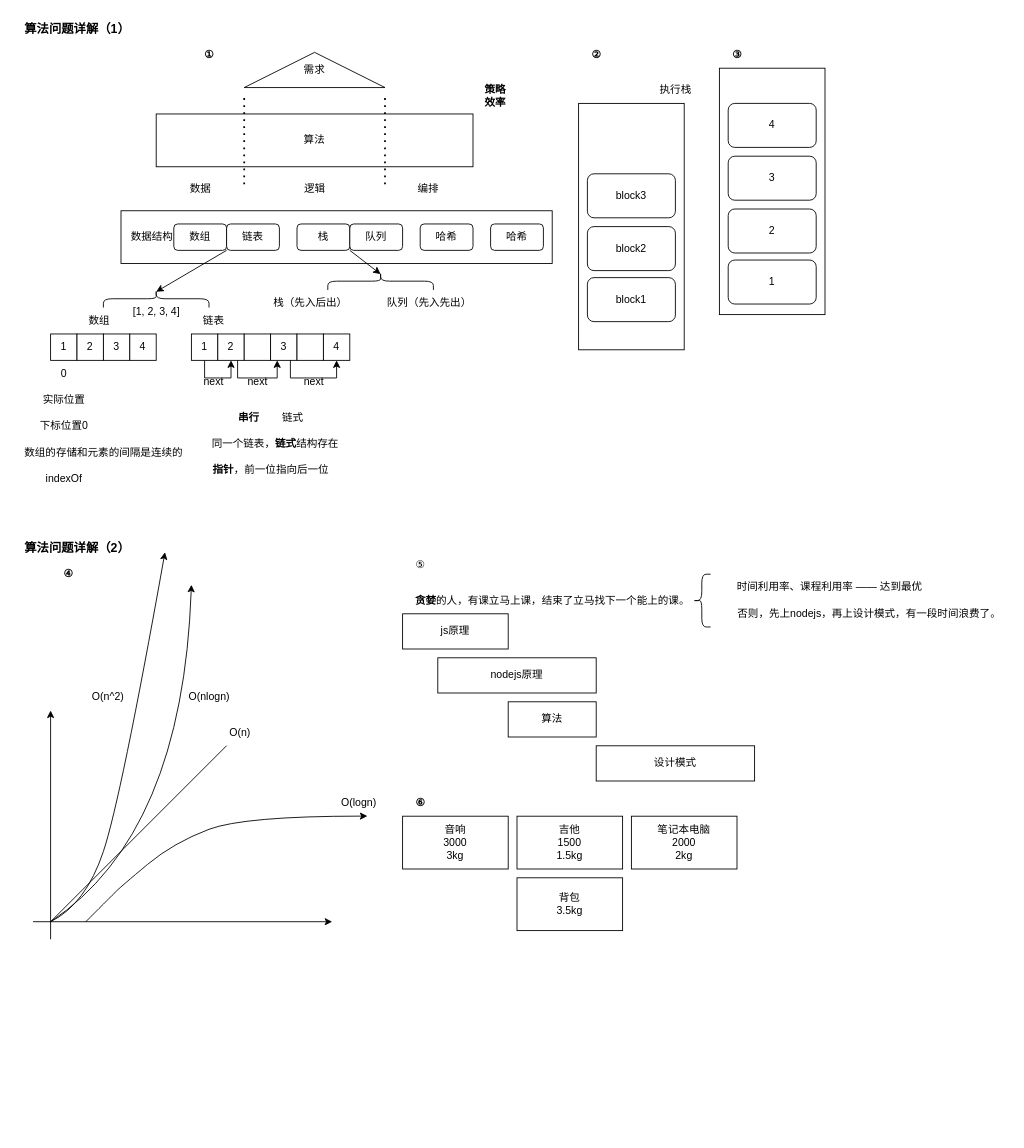
Above: page "算法问题详解（1）（2）——云隐" (19 of 19) of formal_lessons/imgs/【爪哇教育】web304.drawio in djsz3y/zhaowa-study-notes (draw.io), before the change. Source tidied: cells renumbered, new cells numbered last; positions are measured from the earlier drawing's top-left corner, leaving out a move shared by most shapes. Both pictures are drawn from the tidied source at 88%, with x=0, y=0 at pixel (15, 15).
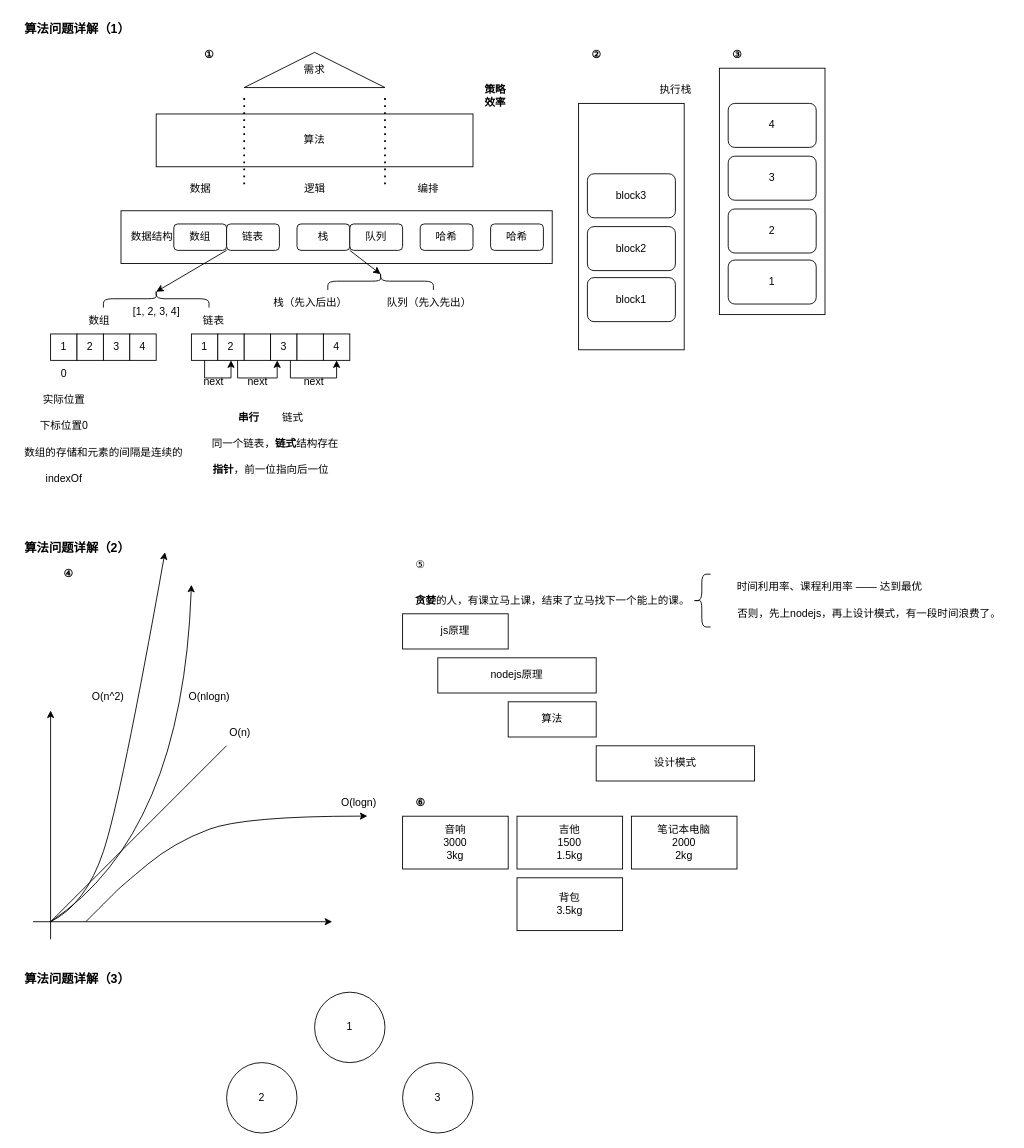
After the change.

Commit message:
更新【爪哇教育】web304.drawio

What changed in the source:
```diff
@@
+    <mxCell id="101" value="算法问题详解（3）" style="text;html=1;align=center;verticalAlign=middle;strokeColor=none;fillColor=none;fontStyle=1;fontSize=14;" parent="1" vertex="1">
+      <mxGeometry y="1080" width="140" height="30" as="geometry" />
+    </mxCell>
+    <mxCell id="102" value="1" style="ellipse;whiteSpace=wrap;html=1;" parent="1" vertex="1">
+      <mxGeometry x="340" y="1110" width="80" height="80" as="geometry" />
+    </mxCell>
+    <mxCell id="103" value="3" style="ellipse;whiteSpace=wrap;html=1;" parent="1" vertex="1">
+      <mxGeometry x="440" y="1190" width="80" height="80" as="geometry" />
+    </mxCell>
+    <mxCell id="104" value="2" style="ellipse;whiteSpace=wrap;html=1;" parent="1" vertex="1">
+      <mxGeometry x="240" y="1190" width="80" height="80" as="geometry" />
+    </mxCell>
```
